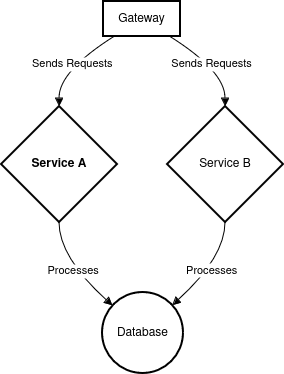
The draw.io diagram Architecture Diagram.drawio.png in gryphon2411/temporary, before a commit. Source tidied: cells renumbered, new cells last; positions are measured from the earlier drawing's top-left corner, leaving out a move shared by most shapes.
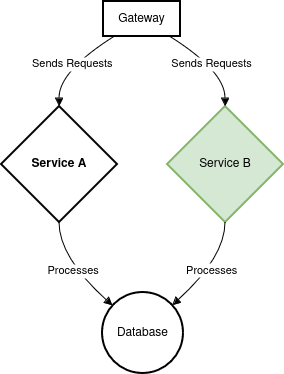
Later version of the same file.

What changed in the source:
```diff
@@ -8,7 +8,7 @@
     <mxCell id="3" value="Service A" style="rhombus;strokeWidth=2;whiteSpace=wrap;fontStyle=1;" parent="1" vertex="1">
       <mxGeometry y="105" width="116" height="116" as="geometry" />
     </mxCell>
-    <mxCell id="4" value="Service B" style="rhombus;strokeWidth=2;whiteSpace=wrap;" parent="1" vertex="1">
+    <mxCell id="4" value="Service B" style="rhombus;strokeWidth=2;whiteSpace=wrap;fillColor=#d5e8d4;strokeColor=#82b366;" parent="1" vertex="1">
       <mxGeometry x="166" y="105" width="116" height="116" as="geometry" />
     </mxCell>
     <mxCell id="5" value="Database" style="ellipse;strokeWidth=2;whiteSpace=wrap;" parent="1" vertex="1">
```
